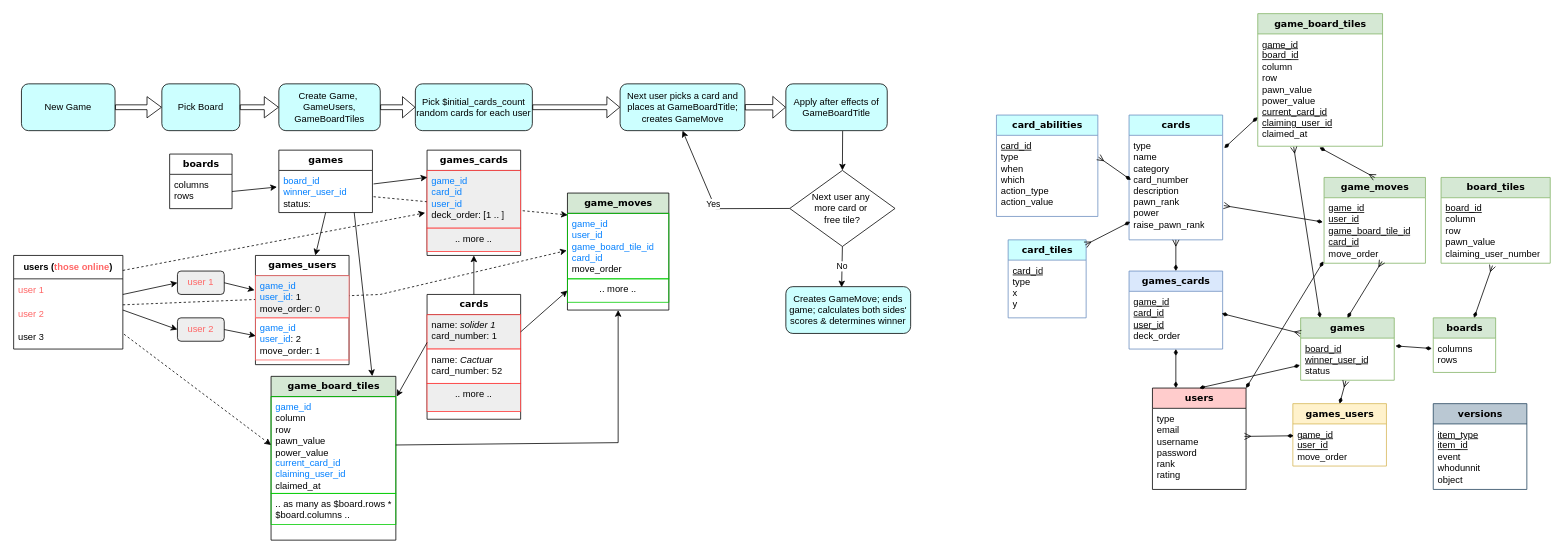
Above: doc/diagrams/EER.drawio in briangan/queens_blood_by_fan (draw.io), before the change. Source tidied: cells renumbered, new cells numbered last; positions are measured from the earlier drawing's top-left corner, leaving out a move shared by most shapes. Both pictures are drawn from the tidied source at 78%, with x=0, y=0 at pixel (13, 13).
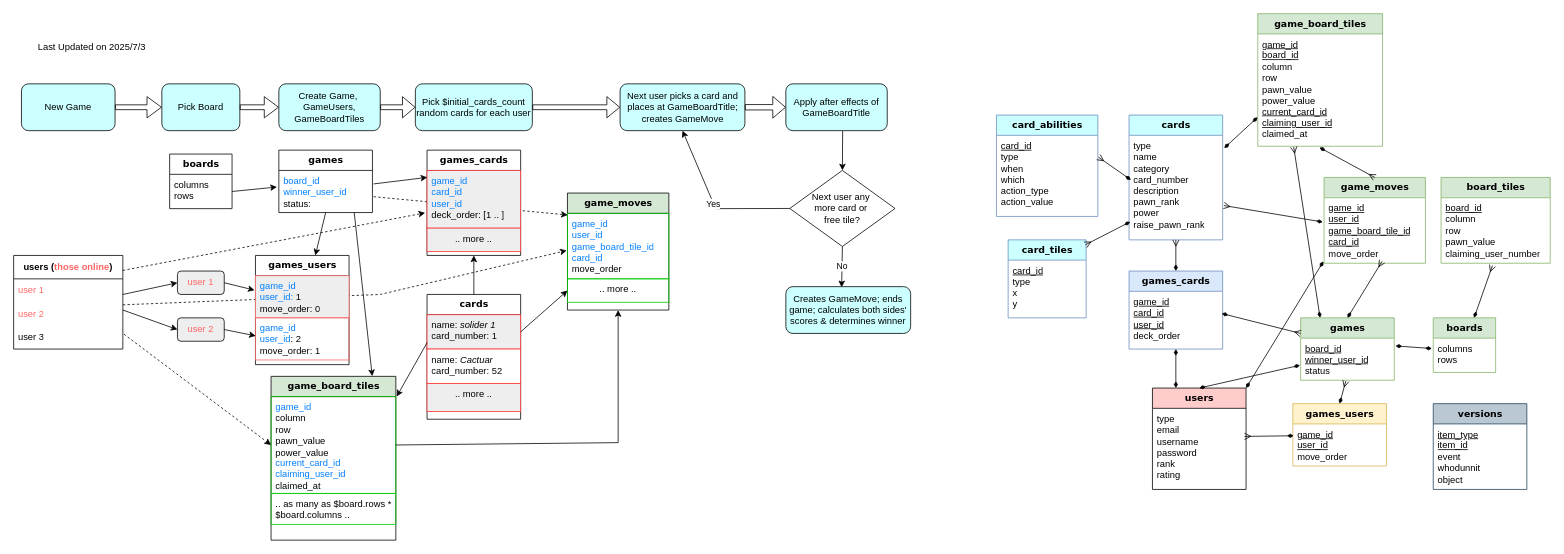
After the change.

Commit message (it also covers changes not shown here):
Updated EER w/ board_tiles overriden.

Diff of the diagram source:
```diff
@@
+    <mxCell id="100" value="Last Updated on 2025/7/3" style="text;html=1;align=center;verticalAlign=middle;strokeColor=none;fillColor=none;" parent="1" vertex="1">
+      <mxGeometry x="20" y="28" width="160" height="30" as="geometry" />
+    </mxCell>
```
